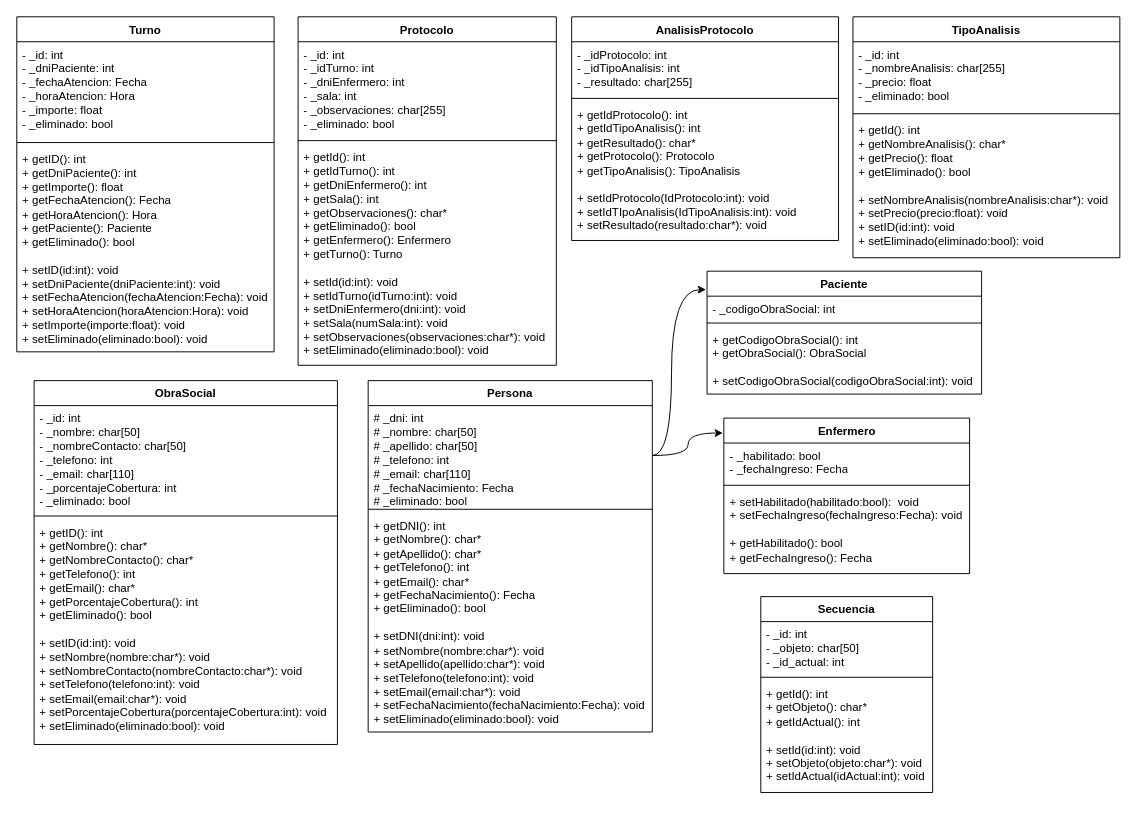
Earlier version of the draw.io diagram docs/DiagramaDeClases.drawio (ramitules/Grupo01_TPI). Source tidied: cells renumbered, new cells numbered last; positions are measured from the earlier drawing's top-left corner, leaving out a move shared by most shapes. Both pictures are drawn from the tidied source at 96%, with x=0, y=0 at pixel (16, 16).
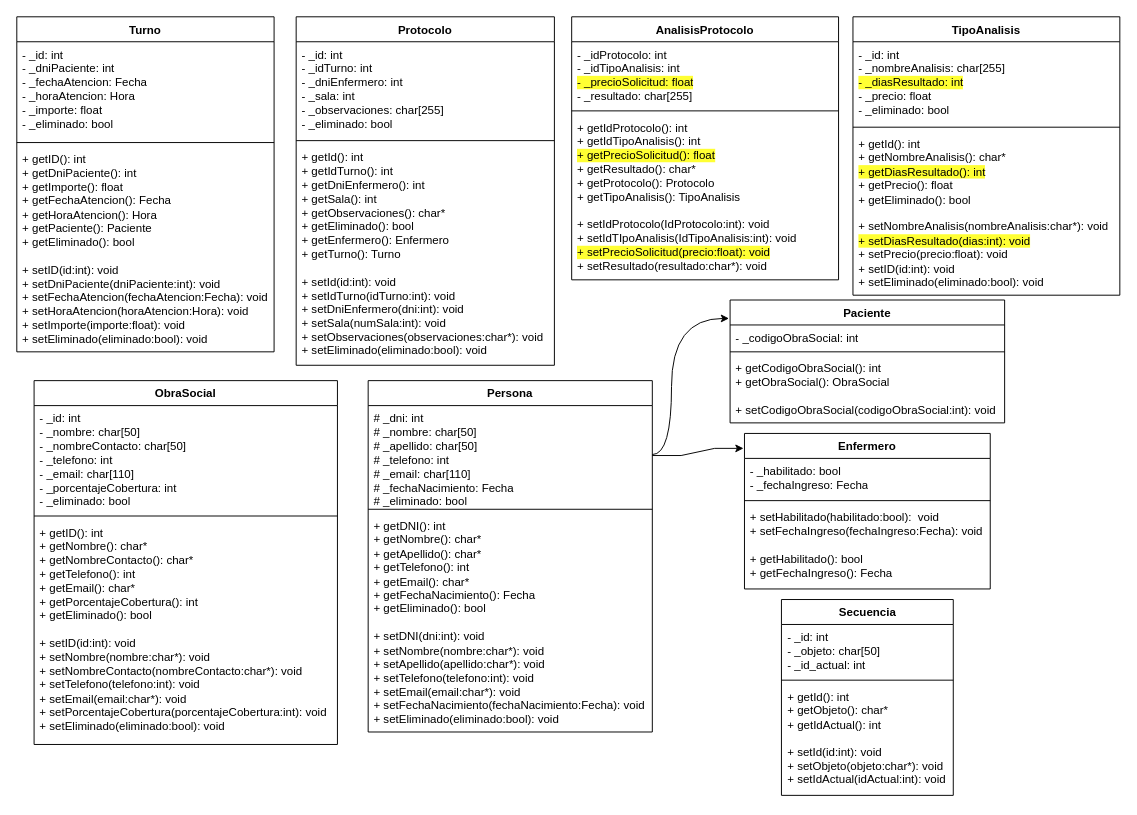
The same page after the edit.

Commit message (it also covers changes not shown here):
Adaptacion de Turnos a Protocolo. Implementacion eliminacion logica

The change refers to these unchanged cells:
```xml
<mxCell id="31" value="# _dni: int&lt;div&gt;# _nombre: char[50]&lt;/div&gt;&lt;div&gt;&lt;div&gt;# _apellido: char[50]&lt;/div&gt;&lt;/div&gt;&lt;div&gt;# _telefono: int&lt;/div&gt;&lt;div&gt;# _email: char[110]&lt;/div&gt;&lt;div&gt;# _fechaNacimiento: Fecha&lt;/div&gt;&lt;div&gt;# _eliminado: bool&lt;/div&gt;" style="text;strokeColor=none;fillColor=none;align=left;verticalAlign=top;spacingLeft=4;spacingRight=4;overflow=hidden;points=[[0,0.5],[1,0.5]];portConstraint=eastwest;whiteSpace=wrap;html=1;" parent="30" vertex="1">
  <mxGeometry y="26" width="296" height="104" as="geometry" />
</mxCell>
```

The edit, as a diff of the source:
```diff
@@
     <mxCell id="2" value="Protocolo" style="swimlane;fontStyle=1;align=center;verticalAlign=top;horizontal=1;startSize=26;whiteSpace=wrap;html=1;" parent="1" vertex="1">
-      <mxGeometry x="293" width="269" height="363" as="geometry" />
+      <mxGeometry x="291" width="269" height="363" as="geometry" />
     </mxCell>
@@
     <mxCell id="6" value="TipoAnalisis" style="swimlane;fontStyle=1;align=center;verticalAlign=top;horizontal=1;startSize=26;whiteSpace=wrap;html=1;" parent="1" vertex="1">
-      <mxGeometry x="871" width="278" height="251" as="geometry" />
+      <mxGeometry x="871" width="278" height="290" as="geometry" />
     </mxCell>
-    <mxCell id="7" value="- _id: int&lt;div&gt;- _nombreAnalisis: char[255]&lt;/div&gt;&lt;div&gt;- _precio: float&lt;/div&gt;&lt;div&gt;- _eliminado: bool&lt;/div&gt;" style="text;strokeColor=none;fillColor=none;align=left;verticalAlign=top;spacingLeft=4;spacingRight=4;overflow=hidden;whiteSpace=wrap;html=1;" parent="6" vertex="1">
-      <mxGeometry y="26" width="278" height="71" as="geometry" />
+    <mxCell id="7" value="- _id: int&lt;div&gt;- _nombreAnalisis: char[255]&lt;/div&gt;&lt;div&gt;&lt;span style=&quot;background-color: rgb(255, 255, 51);&quot;&gt;- _diasResultado: int&lt;/span&gt;&lt;/div&gt;&lt;div&gt;- _precio: float&lt;/div&gt;&lt;div&gt;- _eliminado: bool&lt;/div&gt;" style="text;strokeColor=none;fillColor=none;align=left;verticalAlign=top;spacingLeft=4;spacingRight=4;overflow=hidden;whiteSpace=wrap;html=1;" parent="6" vertex="1">
+      <mxGeometry y="26" width="278" height="85" as="geometry" />
     </mxCell>
     <mxCell id="8" style="line;strokeWidth=1;fillColor=none;align=left;verticalAlign=middle;spacingTop=-1;spacingLeft=3;spacingRight=3;labelPosition=right;strokeColor=inherit;" parent="6" vertex="1">
-      <mxGeometry y="97" width="278" height="8" as="geometry" />
+      <mxGeometry y="111" width="278" height="8" as="geometry" />
     </mxCell>
-    <mxCell id="9" value="+ getId(): int&lt;div&gt;+ getNombreAnalisis(): char*&lt;/div&gt;&lt;div&gt;+ getPrecio(): float&lt;/div&gt;&lt;div&gt;+ getEliminado(): bool&lt;/div&gt;&lt;div&gt;&lt;br&gt;&lt;/div&gt;&lt;div&gt;+ setNombreAnalisis(nombreAnalisis:char*): void&lt;/div&gt;&lt;div&gt;+ setPrecio(precio:float): void&lt;/div&gt;&lt;div&gt;+ setID(id:int): void&lt;/div&gt;&lt;div&gt;+ setEliminado(eliminado:bool): void&lt;/div&gt;" style="text;strokeColor=none;fillColor=none;align=left;verticalAlign=top;spacingLeft=4;spacingRight=4;overflow=hidden;whiteSpace=wrap;html=1;" parent="6" vertex="1">
-      <mxGeometry y="105" width="278" height="146" as="geometry" />
+    <mxCell id="9" value="+ getId(): int&lt;div&gt;+ getNombreAnalisis(): char*&lt;/div&gt;&lt;div&gt;&lt;span style=&quot;background-color: rgb(255, 255, 51);&quot;&gt;+ getDiasResultado(): int&lt;/span&gt;&lt;/div&gt;&lt;div&gt;+ getPrecio(): float&lt;/div&gt;&lt;div&gt;+ getEliminado(): bool&lt;/div&gt;&lt;div&gt;&lt;br&gt;&lt;/div&gt;&lt;div&gt;+ setNombreAnalisis(nombreAnalisis:char*): void&lt;/div&gt;&lt;div&gt;&lt;span style=&quot;background-color: rgb(255, 255, 51);&quot;&gt;+ setDiasResultado(dias:int): void&lt;/span&gt;&lt;/div&gt;&lt;div&gt;+ setPrecio(precio:float): void&lt;/div&gt;&lt;div&gt;+ setID(id:int): void&lt;/div&gt;&lt;div&gt;+ setEliminado(eliminado:bool): void&lt;/div&gt;" style="text;strokeColor=none;fillColor=none;align=left;verticalAlign=top;spacingLeft=4;spacingRight=4;overflow=hidden;whiteSpace=wrap;html=1;" parent="6" vertex="1">
+      <mxGeometry y="119" width="278" height="171" as="geometry" />
     </mxCell>
     <mxCell id="10" value="Secuencia" style="swimlane;fontStyle=1;align=center;verticalAlign=top;horizontal=1;startSize=26;whiteSpace=wrap;html=1;" parent="1" vertex="1">
-      <mxGeometry x="775" y="604" width="179" height="204" as="geometry" />
+      <mxGeometry x="796.5" y="607" width="179" height="204" as="geometry" />
     </mxCell>
@@
     <mxCell id="14" value="Paciente" style="swimlane;fontStyle=1;align=center;verticalAlign=top;horizontal=1;startSize=26;whiteSpace=wrap;html=1;" parent="1" vertex="1">
-      <mxGeometry x="719" y="265" width="286" height="128" as="geometry" />
+      <mxGeometry x="743" y="295" width="286" height="128" as="geometry" />
     </mxCell>
@@
     <mxCell id="26" value="Enfermero" style="swimlane;fontStyle=1;align=center;verticalAlign=top;horizontal=1;startSize=26;whiteSpace=wrap;html=1;" parent="1" vertex="1">
-      <mxGeometry x="736.5" y="418" width="256" height="162" as="geometry" />
+      <mxGeometry x="758" y="434" width="256" height="162" as="geometry" />
     </mxCell>
@@
     <mxCell id="34" style="edgeStyle=orthogonalEdgeStyle;rounded=0;jettySize=auto;html=1;entryX=-0.004;entryY=0.15;entryDx=0;entryDy=0;entryPerimeter=0;curved=1;" parent="1" edge="1" source="31" target="14">
       <mxGeometry relative="1" as="geometry">
         <Array as="points">
-          <mxPoint x="682" y="457" />
-          <mxPoint x="682" y="284" />
+          <mxPoint x="682" y="456" />
         </Array>
       </mxGeometry>
     </mxCell>
-    <mxCell id="35" style="edgeStyle=orthogonalEdgeStyle;rounded=0;jettySize=auto;html=1;entryX=-0.004;entryY=0.096;entryDx=0;entryDy=0;entryPerimeter=0;curved=1;" parent="1" edge="1" source="31" target="26">
+    <mxCell id="35" style="edgeStyle=entityRelationEdgeStyle;rounded=0;jettySize=auto;html=1;entryX=-0.004;entryY=0.096;entryDx=0;entryDy=0;entryPerimeter=0;" parent="1" edge="1" source="31" target="26">
       <mxGeometry relative="1" as="geometry" />
     </mxCell>
     <mxCell id="36" value="AnalisisProtocolo" style="swimlane;fontStyle=1;align=center;verticalAlign=top;horizontal=1;startSize=26;whiteSpace=wrap;html=1;" parent="1" vertex="1">
-      <mxGeometry x="578" width="278" height="233" as="geometry" />
+      <mxGeometry x="578" width="278" height="274" as="geometry" />
     </mxCell>
-    <mxCell id="37" value="- _idProtocolo: int&lt;div&gt;- _idTipoAnalisis: int&lt;/div&gt;&lt;div&gt;- _resultado: char[255]&lt;/div&gt;" style="text;strokeColor=none;fillColor=none;align=left;verticalAlign=top;spacingLeft=4;spacingRight=4;overflow=hidden;whiteSpace=wrap;html=1;" parent="36" vertex="1">
-      <mxGeometry y="26" width="278" height="55" as="geometry" />
+    <mxCell id="37" value="- _idProtocolo: int&lt;div&gt;- _idTipoAnalisis: int&lt;/div&gt;&lt;div&gt;&lt;span style=&quot;background-color: rgb(255, 255, 51);&quot;&gt;- _precioSolicitud: float&lt;/span&gt;&lt;/div&gt;&lt;div&gt;- _resultado: char[255]&lt;/div&gt;" style="text;strokeColor=none;fillColor=none;align=left;verticalAlign=top;spacingLeft=4;spacingRight=4;overflow=hidden;whiteSpace=wrap;html=1;" parent="36" vertex="1">
+      <mxGeometry y="26" width="278" height="68" as="geometry" />
     </mxCell>
     <mxCell id="38" style="line;strokeWidth=1;fillColor=none;align=left;verticalAlign=middle;spacingTop=-1;spacingLeft=3;spacingRight=3;labelPosition=right;strokeColor=inherit;" parent="36" vertex="1">
-      <mxGeometry y="81" width="278" height="8" as="geometry" />
+      <mxGeometry y="94" width="278" height="8" as="geometry" />
     </mxCell>
-    <mxCell id="39" value="+ getIdProtocolo(): int&lt;div&gt;+ getIdTipoAnalisis(): int&lt;/div&gt;&lt;div&gt;+ getResultado(): char*&lt;/div&gt;&lt;div&gt;+ getProtocolo(): Protocolo&lt;/div&gt;&lt;div&gt;+ getTipoAnalisis(): TipoAnalisis&lt;/div&gt;&lt;div&gt;&lt;br&gt;&lt;/div&gt;&lt;div&gt;+ setIdProtocolo(IdProtocolo:int): void&lt;/div&gt;&lt;div&gt;+ setIdTIpoAnalisis(IdTipoAnalisis:int): void&lt;/div&gt;&lt;div&gt;+ setResultado(resultado:char*): void&lt;br&gt;&lt;/div&gt;" style="text;strokeColor=none;fillColor=none;align=left;verticalAlign=top;spacingLeft=4;spacingRight=4;overflow=hidden;whiteSpace=wrap;html=1;" parent="36" vertex="1">
-      <mxGeometry y="89" width="278" height="144" as="geometry" />
+    <mxCell id="39" value="+ getIdProtocolo(): int&lt;div&gt;+ getIdTipoAnalisis(): int&lt;/div&gt;&lt;div&gt;&lt;span style=&quot;background-color: rgb(255, 255, 51);&quot;&gt;+ getPrecioSolicitud(): float&lt;/span&gt;&lt;/div&gt;&lt;div&gt;+ getResultado(): char*&lt;/div&gt;&lt;div&gt;+ getProtocolo(): Protocolo&lt;/div&gt;&lt;div&gt;+ getTipoAnalisis(): TipoAnalisis&lt;/div&gt;&lt;div&gt;&lt;br&gt;&lt;/div&gt;&lt;div&gt;+ setIdProtocolo(IdProtocolo:int): void&lt;/div&gt;&lt;div&gt;+ setIdTIpoAnalisis(IdTipoAnalisis:int): void&lt;/div&gt;&lt;div&gt;&lt;span style=&quot;background-color: rgb(255, 255, 51);&quot;&gt;+ setPrecioSolicitud(precio:float): void&lt;/span&gt;&lt;/div&gt;&lt;div&gt;+ setResultado(resultado:char*): void&lt;br&gt;&lt;/div&gt;" style="text;strokeColor=none;fillColor=none;align=left;verticalAlign=top;spacingLeft=4;spacingRight=4;overflow=hidden;whiteSpace=wrap;html=1;" parent="36" vertex="1">
+      <mxGeometry y="102" width="278" height="172" as="geometry" />
     </mxCell>
```
